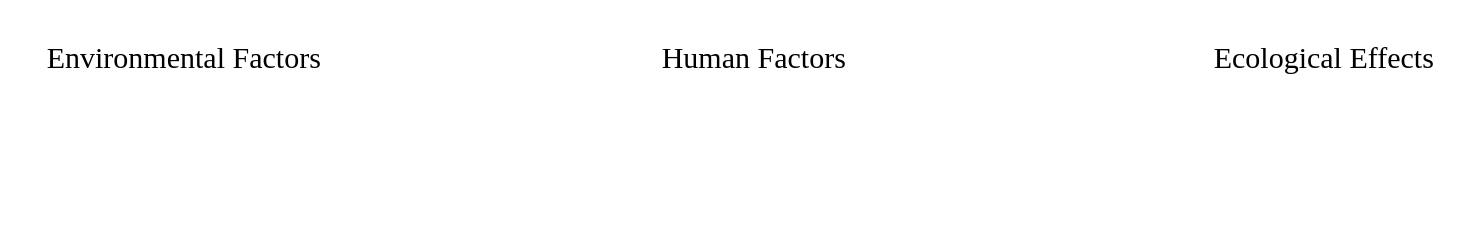
Above: Untitled Diagram.drawio in PhamHanni/Files (draw.io), before the change. Source tidied: cells renumbered, new cells numbered last; positions are measured from the earlier drawing's top-left corner, leaving out a move shared by most shapes. Both pictures are drawn from the tidied source at 150%, with x=0, y=0 at pixel (26, 26).
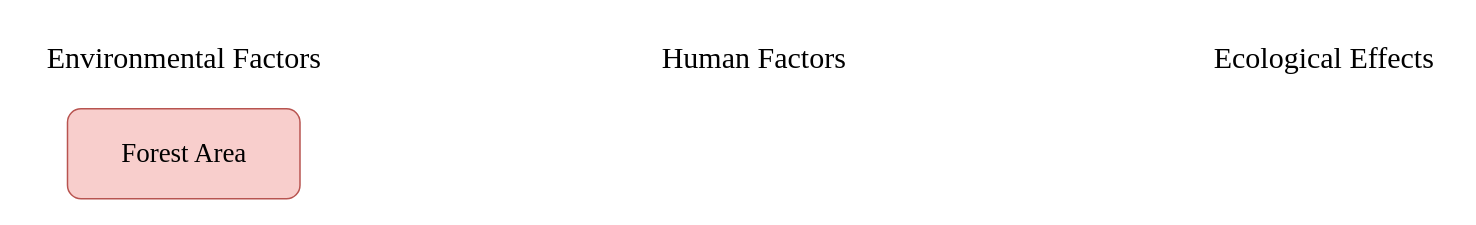
The same page after the edit.

What changed in the source:
```diff
@@
 <mxGraphModel>
   <root>
     <mxCell id="0" />
     <mxCell id="1" parent="0" />
     <mxCell id="2" value="&lt;font style=&quot;font-size: 20px;&quot; face=&quot;Garamond&quot;&gt;Human Factors&lt;/font&gt;" style="text;html=1;align=center;verticalAlign=middle;strokeColor=none;fillColor=none;" parent="1" vertex="1">
       <mxGeometry x="410" width="150" height="40" as="geometry" />
     </mxCell>
     <mxCell id="3" value="&lt;font face=&quot;Garamond&quot; style=&quot;font-size: 20px;&quot;&gt;Environmental Factors&lt;/font&gt;" style="text;html=1;align=center;verticalAlign=middle;strokeColor=none;fillColor=none;" parent="1" vertex="1">
       <mxGeometry width="210" height="40" as="geometry" />
     </mxCell>
     <mxCell id="4" value="&lt;font style=&quot;font-size: 20px;&quot; face=&quot;Garamond&quot;&gt;Ecological Effects&lt;/font&gt;" style="text;html=1;align=center;verticalAlign=middle;strokeColor=none;fillColor=none;" parent="1" vertex="1">
       <mxGeometry x="780" width="170" height="40" as="geometry" />
     </mxCell>
+    <mxCell id="5" value="&lt;font style=&quot;font-size: 18px;&quot; face=&quot;Garamond&quot;&gt;Forest Area &lt;/font&gt;" style="rounded=1;whiteSpace=wrap;html=1;fillColor=#f8cecc;strokeColor=#b85450;" parent="1" vertex="1">
+      <mxGeometry x="27.5" y="55" width="155" height="60" as="geometry" />
+    </mxCell>
   </root>
 </mxGraphModel>
```
